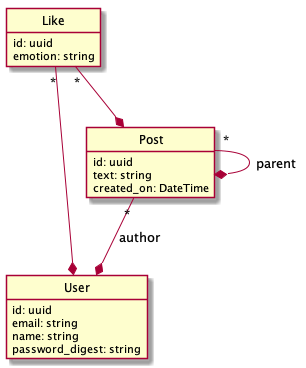
The PlantUML diagram out/model/Models.png in Adeynack/graphql_examples, before a commit.
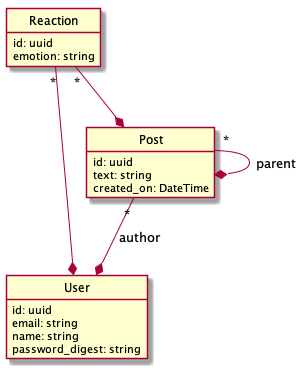
Later version of the same file.

What changed in the source:
```diff
@@ -19,12 +19,12 @@
 Post "*" --* User: author
 Post "*" --* Post: parent
 
-class Like {
+class Reaction {
     id: uuid
     emotion: string
 }
 
-Like "*" --* User
-Like "*" --* Post
+Reaction "*" --* User
+Reaction "*" --* Post
 
 @enduml
```
